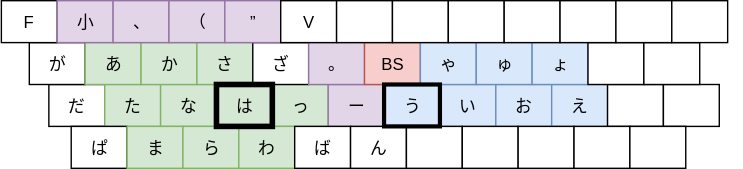
The draw.io diagram layout_image.drawio.svg in funatsufumiya/pc-f-layout, before a commit. Source tidied: cells renumbered, new cells last; positions are measured from the earlier drawing's top-left corner, leaving out a move shared by most shapes.
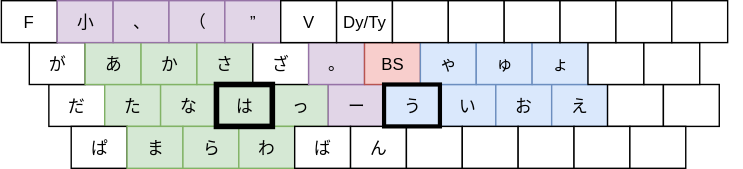
Later version of the same file.

Commit message:
Dy/Tyキーを追加

Change to the diagram source:
```diff
@@ -134,7 +134,7 @@
     <mxCell id="45" value="&lt;span style=&quot;white-space: normal&quot;&gt;V&lt;/span&gt;" style="rounded=0;whiteSpace=wrap;html=1;" parent="39" vertex="1">
       <mxGeometry x="200" width="40" height="30" as="geometry" />
     </mxCell>
-    <mxCell id="46" style="rounded=0;whiteSpace=wrap;html=1;" parent="39" vertex="1">
+    <mxCell id="46" value="Dy/Ty" style="rounded=0;whiteSpace=wrap;html=1;" parent="39" vertex="1">
       <mxGeometry x="240" width="40" height="30" as="geometry" />
     </mxCell>
     <mxCell id="47" style="rounded=0;whiteSpace=wrap;html=1;" parent="39" vertex="1">
```
